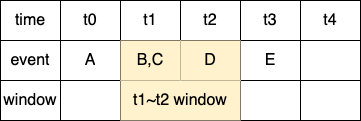
The draw.io diagram img/kafka/kafka-stream-windowing-1.drawio.png in windowforsun/blog, before a commit. Source tidied: cells renumbered, new cells last; positions are measured from the earlier drawing's top-left corner, leaving out a move shared by most shapes. Source of this version:
```xml
<mxGraphModel>
  <root>
    <mxCell id="0" />
    <mxCell id="1" parent="0" />
    <mxCell id="2" style="shape=table;startSize=0;fontSize=16;" parent="1" vertex="1">
      <mxGeometry width="360" height="120" as="geometry" />
    </mxCell>
    <mxCell id="3" style="shape=tableRow;horizontal=0;startSize=0;swimlaneHead=0;swimlaneBody=0;strokeColor=inherit;top=0;left=0;bottom=0;right=0;fillColor=none;fontSize=16;" parent="2" vertex="1">
      <mxGeometry width="360" height="40" as="geometry" />
    </mxCell>
    <mxCell id="4" value="time" style="shape=partialRectangle;html=1;whiteSpace=wrap;strokeColor=inherit;overflow=hidden;fillColor=none;top=0;left=0;bottom=0;right=0;fontSize=16;" parent="3" vertex="1">
      <mxGeometry width="60" height="40" as="geometry" />
    </mxCell>
    <mxCell id="5" value="t0" style="shape=partialRectangle;html=1;whiteSpace=wrap;strokeColor=inherit;overflow=hidden;fillColor=none;top=0;left=0;bottom=0;right=0;fontSize=16;" parent="3" vertex="1">
      <mxGeometry x="60" width="60" height="40" as="geometry" />
    </mxCell>
    <mxCell id="6" value="t1" style="shape=partialRectangle;html=1;whiteSpace=wrap;strokeColor=inherit;overflow=hidden;fillColor=none;top=0;left=0;bottom=0;right=0;fontSize=16;" parent="3" vertex="1">
      <mxGeometry x="120" width="60" height="40" as="geometry" />
    </mxCell>
    <mxCell id="7" value="t2" style="shape=partialRectangle;html=1;whiteSpace=wrap;strokeColor=inherit;overflow=hidden;fillColor=none;top=0;left=0;bottom=0;right=0;fontSize=16;" parent="3" vertex="1">
      <mxGeometry x="180" width="60" height="40" as="geometry" />
    </mxCell>
    <mxCell id="8" value="t3" style="shape=partialRectangle;html=1;whiteSpace=wrap;strokeColor=inherit;overflow=hidden;fillColor=none;top=0;left=0;bottom=0;right=0;fontSize=16;" parent="3" vertex="1">
      <mxGeometry x="240" width="60" height="40" as="geometry" />
    </mxCell>
    <mxCell id="9" value="t4" style="shape=partialRectangle;html=1;whiteSpace=wrap;strokeColor=inherit;overflow=hidden;fillColor=none;top=0;left=0;bottom=0;right=0;fontSize=16;" parent="3" vertex="1">
      <mxGeometry x="300" width="60" height="40" as="geometry" />
    </mxCell>
    <mxCell id="10" style="shape=tableRow;horizontal=0;startSize=0;swimlaneHead=0;swimlaneBody=0;strokeColor=inherit;top=0;left=0;bottom=0;right=0;fillColor=none;fontSize=16;" parent="2" vertex="1">
      <mxGeometry y="40" width="360" height="40" as="geometry" />
    </mxCell>
    <mxCell id="11" value="event" style="shape=partialRectangle;html=1;whiteSpace=wrap;strokeColor=inherit;overflow=hidden;fillColor=none;top=0;left=0;bottom=0;right=0;fontSize=16;" parent="10" vertex="1">
      <mxGeometry width="60" height="40" as="geometry" />
    </mxCell>
    <mxCell id="12" value="A" style="shape=partialRectangle;html=1;whiteSpace=wrap;strokeColor=inherit;overflow=hidden;fillColor=none;top=0;left=0;bottom=0;right=0;fontSize=16;" parent="10" vertex="1">
      <mxGeometry x="60" width="60" height="40" as="geometry" />
    </mxCell>
    <mxCell id="13" value="B,C" style="shape=partialRectangle;html=1;whiteSpace=wrap;strokeColor=#d6b656;overflow=hidden;fillColor=#fff2cc;top=0;left=0;bottom=0;right=0;fontSize=16;" parent="10" vertex="1">
      <mxGeometry x="120" width="60" height="40" as="geometry" />
    </mxCell>
    <mxCell id="14" value="D" style="shape=partialRectangle;html=1;whiteSpace=wrap;strokeColor=#d6b656;overflow=hidden;fillColor=#fff2cc;top=0;left=0;bottom=0;right=0;fontSize=16;" parent="10" vertex="1">
      <mxGeometry x="180" width="60" height="40" as="geometry" />
    </mxCell>
    <mxCell id="15" value="E" style="shape=partialRectangle;html=1;whiteSpace=wrap;strokeColor=inherit;overflow=hidden;fillColor=none;top=0;left=0;bottom=0;right=0;fontSize=16;" parent="10" vertex="1">
      <mxGeometry x="240" width="60" height="40" as="geometry" />
    </mxCell>
    <mxCell id="16" style="shape=partialRectangle;html=1;whiteSpace=wrap;strokeColor=inherit;overflow=hidden;fillColor=none;top=0;left=0;bottom=0;right=0;fontSize=16;" parent="10" vertex="1">
      <mxGeometry x="300" width="60" height="40" as="geometry" />
    </mxCell>
    <mxCell id="17" style="shape=tableRow;horizontal=0;startSize=0;swimlaneHead=0;swimlaneBody=0;strokeColor=inherit;top=0;left=0;bottom=0;right=0;fillColor=none;fontSize=16;" parent="2" vertex="1">
      <mxGeometry y="80" width="360" height="40" as="geometry" />
    </mxCell>
    <mxCell id="18" value="window" style="shape=partialRectangle;html=1;whiteSpace=wrap;strokeColor=inherit;overflow=hidden;fillColor=none;top=0;left=0;bottom=0;right=0;fontSize=16;" parent="17" vertex="1">
      <mxGeometry width="60" height="40" as="geometry" />
    </mxCell>
    <mxCell id="19" style="shape=partialRectangle;html=1;whiteSpace=wrap;strokeColor=inherit;overflow=hidden;fillColor=none;top=0;left=0;bottom=0;right=0;fontSize=16;" parent="17" vertex="1">
      <mxGeometry x="60" width="60" height="40" as="geometry" />
    </mxCell>
    <mxCell id="20" value="t1~t2 window" style="shape=partialRectangle;html=1;whiteSpace=wrap;strokeColor=#d6b656;overflow=hidden;fillColor=#fff2cc;top=0;left=0;bottom=0;right=0;fontSize=16;rowspan=1;colspan=2;" parent="17" vertex="1">
      <mxGeometry x="120" width="120" height="40" as="geometry" />
    </mxCell>
    <mxCell id="21" style="shape=partialRectangle;html=1;whiteSpace=wrap;strokeColor=inherit;overflow=hidden;fillColor=none;top=0;left=0;bottom=0;right=0;fontSize=16;" parent="17" vertex="1">
      <mxGeometry x="240" width="60" height="40" as="geometry" />
    </mxCell>
    <mxCell id="22" style="shape=partialRectangle;html=1;whiteSpace=wrap;strokeColor=inherit;overflow=hidden;fillColor=none;top=0;left=0;bottom=0;right=0;fontSize=16;" parent="17" vertex="1">
      <mxGeometry x="300" width="60" height="40" as="geometry" />
    </mxCell>
  </root>
</mxGraphModel>
```
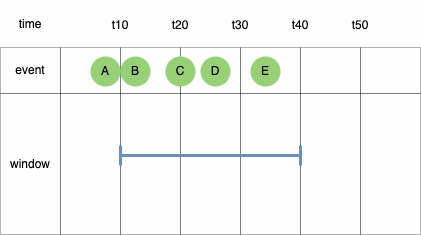
The same file after the commit.

Commit message:
kafka-stream-windowing-1.drawio.png이 추가되었습니다.

The edit, as a diff of the source:
```diff
@@ -2,68 +2,119 @@
   <root>
     <mxCell id="0" />
     <mxCell id="1" parent="0" />
-    <mxCell id="2" style="shape=table;startSize=0;fontSize=16;" parent="1" vertex="1">
-      <mxGeometry width="360" height="120" as="geometry" />
-    </mxCell>
-    <mxCell id="3" style="shape=tableRow;horizontal=0;startSize=0;swimlaneHead=0;swimlaneBody=0;strokeColor=inherit;top=0;left=0;bottom=0;right=0;fillColor=none;fontSize=16;" parent="2" vertex="1">
-      <mxGeometry width="360" height="40" as="geometry" />
-    </mxCell>
+    <mxCell id="23" style="shadow=0;fillColor=#f5f5f5;strokeColor=none;opacity=10;fontColor=#333333;" parent="1" vertex="1">
+      <mxGeometry x="70" y="80" width="420" height="234" as="geometry" />
+    </mxCell>
+    <mxCell id="24" style="shape=tableRow;horizontal=0;startSize=0;swimlaneHead=0;swimlaneBody=0;top=0;left=0;bottom=0;right=0;fontStyle=0;fillColor=none;strokeColor=inherit;opacity=0;" parent="23" vertex="1">
+      <mxGeometry width="420" height="47" as="geometry" />
+    </mxCell>
-    <mxCell id="4" value="time" style="shape=partialRectangle;html=1;whiteSpace=wrap;strokeColor=inherit;overflow=hidden;fillColor=none;top=0;left=0;bottom=0;right=0;fontSize=16;" parent="3" vertex="1">
-      <mxGeometry width="60" height="40" as="geometry" />
+    <mxCell id="4" value="time" style="strokeColor=inherit;fillColor=none;align=center;whiteSpace=wrap;html=1;opacity=30;" parent="24" vertex="1">
+      <mxGeometry width="60" height="47" as="geometry" />
     </mxCell>
-    <mxCell id="5" value="t0" style="shape=partialRectangle;html=1;whiteSpace=wrap;strokeColor=inherit;overflow=hidden;fillColor=none;top=0;left=0;bottom=0;right=0;fontSize=16;" parent="3" vertex="1">
-      <mxGeometry x="60" width="60" height="40" as="geometry" />
-    </mxCell>
-    <mxCell id="6" value="t1" style="shape=partialRectangle;html=1;whiteSpace=wrap;strokeColor=inherit;overflow=hidden;fillColor=none;top=0;left=0;bottom=0;right=0;fontSize=16;" parent="3" vertex="1">
-      <mxGeometry x="120" width="60" height="40" as="geometry" />
-    </mxCell>
-    <mxCell id="7" value="t2" style="shape=partialRectangle;html=1;whiteSpace=wrap;strokeColor=inherit;overflow=hidden;fillColor=none;top=0;left=0;bottom=0;right=0;fontSize=16;" parent="3" vertex="1">
-      <mxGeometry x="180" width="60" height="40" as="geometry" />
-    </mxCell>
-    <mxCell id="8" value="t3" style="shape=partialRectangle;html=1;whiteSpace=wrap;strokeColor=inherit;overflow=hidden;fillColor=none;top=0;left=0;bottom=0;right=0;fontSize=16;" parent="3" vertex="1">
-      <mxGeometry x="240" width="60" height="40" as="geometry" />
-    </mxCell>
-    <mxCell id="9" value="t4" style="shape=partialRectangle;html=1;whiteSpace=wrap;strokeColor=inherit;overflow=hidden;fillColor=none;top=0;left=0;bottom=0;right=0;fontSize=16;" parent="3" vertex="1">
-      <mxGeometry x="300" width="60" height="40" as="geometry" />
-    </mxCell>
-    <mxCell id="10" style="shape=tableRow;horizontal=0;startSize=0;swimlaneHead=0;swimlaneBody=0;strokeColor=inherit;top=0;left=0;bottom=0;right=0;fillColor=none;fontSize=16;" parent="2" vertex="1">
-      <mxGeometry y="40" width="360" height="40" as="geometry" />
-    </mxCell>
+    <mxCell id="25" style="strokeColor=inherit;fillColor=none;align=center;whiteSpace=wrap;html=1;opacity=30;" parent="24" vertex="1">
+      <mxGeometry x="60" width="60" height="47" as="geometry" />
+    </mxCell>
+    <mxCell id="26" style="strokeColor=inherit;fillColor=none;align=center;whiteSpace=wrap;html=1;opacity=30;" parent="24" vertex="1">
+      <mxGeometry x="120" width="60" height="47" as="geometry" />
+    </mxCell>
+    <mxCell id="27" style="strokeColor=inherit;fillColor=none;align=center;whiteSpace=wrap;html=1;opacity=30;" parent="24" vertex="1">
+      <mxGeometry x="180" width="60" height="47" as="geometry" />
+    </mxCell>
+    <mxCell id="28" style="strokeColor=inherit;fillColor=none;align=center;whiteSpace=wrap;html=1;opacity=30;" parent="24" vertex="1">
+      <mxGeometry x="240" width="60" height="47" as="geometry" />
+    </mxCell>
+    <mxCell id="29" style="strokeColor=inherit;fillColor=none;align=center;whiteSpace=wrap;html=1;opacity=30;" parent="24" vertex="1">
+      <mxGeometry x="300" width="60" height="47" as="geometry" />
+    </mxCell>
+    <mxCell id="30" style="strokeColor=inherit;fillColor=none;align=center;whiteSpace=wrap;html=1;opacity=30;" parent="24" vertex="1">
+      <mxGeometry x="360" width="60" height="47" as="geometry" />
+    </mxCell>
+    <mxCell id="31" style="shape=tableRow;horizontal=0;startSize=0;swimlaneHead=0;swimlaneBody=0;top=0;left=0;bottom=0;right=0;fontStyle=0;fillColor=none;strokeColor=default;opacity=30;" parent="23" vertex="1">
+      <mxGeometry y="47" width="420" height="46" as="geometry" />
+    </mxCell>
-    <mxCell id="11" value="event" style="shape=partialRectangle;html=1;whiteSpace=wrap;strokeColor=inherit;overflow=hidden;fillColor=none;top=0;left=0;bottom=0;right=0;fontSize=16;" parent="10" vertex="1">
-      <mxGeometry width="60" height="40" as="geometry" />
+    <mxCell id="11" value="event" style="strokeColor=inherit;fillColor=none;align=center;whiteSpace=wrap;html=1;opacity=30;" parent="31" vertex="1">
+      <mxGeometry width="60" height="46" as="geometry" />
     </mxCell>
+    <mxCell id="32" style="strokeColor=default;fillColor=none;align=center;whiteSpace=wrap;html=1;opacity=30;" parent="31" vertex="1">
+      <mxGeometry x="60" width="60" height="46" as="geometry" />
+    </mxCell>
+    <mxCell id="33" style="strokeColor=default;fillColor=none;align=center;whiteSpace=wrap;html=1;opacity=30;" parent="31" vertex="1">
+      <mxGeometry x="120" width="60" height="46" as="geometry" />
+    </mxCell>
+    <mxCell id="34" style="strokeColor=default;fillColor=none;align=center;whiteSpace=wrap;html=1;opacity=30;" parent="31" vertex="1">
+      <mxGeometry x="180" width="60" height="46" as="geometry" />
+    </mxCell>
+    <mxCell id="35" style="strokeColor=default;fillColor=none;align=center;whiteSpace=wrap;html=1;opacity=30;" parent="31" vertex="1">
+      <mxGeometry x="240" width="60" height="46" as="geometry" />
+    </mxCell>
+    <mxCell id="36" style="strokeColor=default;fillColor=none;align=center;whiteSpace=wrap;html=1;opacity=30;" parent="31" vertex="1">
+      <mxGeometry x="300" width="60" height="46" as="geometry" />
+    </mxCell>
+    <mxCell id="37" style="strokeColor=default;fillColor=none;align=center;whiteSpace=wrap;html=1;opacity=30;" parent="31" vertex="1">
+      <mxGeometry x="360" width="60" height="46" as="geometry" />
+    </mxCell>
+    <mxCell id="38" style="shape=tableRow;horizontal=0;startSize=0;swimlaneHead=0;swimlaneBody=0;top=0;left=0;bottom=0;right=0;fontStyle=0;fillColor=none;strokeColor=default;opacity=30;" parent="23" vertex="1">
+      <mxGeometry y="93" width="420" height="47" as="geometry" />
+    </mxCell>
+    <mxCell id="18" value="window" style="strokeColor=inherit;fillColor=none;align=center;whiteSpace=wrap;html=1;opacity=30;rowspan=3;colspan=1;" parent="38" vertex="1">
+      <mxGeometry width="60" height="141" as="geometry" />
+    </mxCell>
+    <mxCell id="39" style="strokeColor=default;fillColor=none;align=center;whiteSpace=wrap;html=1;opacity=30;rowspan=3;colspan=1;" parent="38" vertex="1">
+      <mxGeometry x="60" width="60" height="141" as="geometry" />
+    </mxCell>
+    <mxCell id="40" style="strokeColor=default;fillColor=none;align=center;whiteSpace=wrap;html=1;opacity=30;rowspan=3;colspan=1;" parent="38" vertex="1">
+      <mxGeometry x="120" width="60" height="141" as="geometry" />
+    </mxCell>
+    <mxCell id="41" style="strokeColor=default;fillColor=none;align=center;whiteSpace=wrap;html=1;opacity=30;rowspan=3;colspan=1;" parent="38" vertex="1">
+      <mxGeometry x="180" width="60" height="141" as="geometry" />
+    </mxCell>
+    <mxCell id="42" style="strokeColor=default;fillColor=none;align=center;whiteSpace=wrap;html=1;opacity=30;rowspan=3;colspan=1;" parent="38" vertex="1">
+      <mxGeometry x="240" width="60" height="141" as="geometry" />
+    </mxCell>
+    <mxCell id="43" style="strokeColor=default;fillColor=none;align=center;whiteSpace=wrap;html=1;opacity=30;rowspan=3;colspan=1;" parent="38" vertex="1">
+      <mxGeometry x="300" width="60" height="141" as="geometry" />
+    </mxCell>
+    <mxCell id="44" style="strokeColor=default;fillColor=none;align=center;whiteSpace=wrap;html=1;opacity=30;rowspan=3;colspan=1;" parent="38" vertex="1">
+      <mxGeometry x="360" width="60" height="141" as="geometry" />
+    </mxCell>
+    <mxCell id="45" style="shape=tableRow;horizontal=0;startSize=0;swimlaneHead=0;swimlaneBody=0;top=0;left=0;bottom=0;right=0;fontStyle=0;fillColor=none;strokeColor=default;opacity=30;" parent="23" vertex="1">
+      <mxGeometry y="140" width="420" height="47" as="geometry" />
+    </mxCell>
+    <mxCell id="46" style="shape=tableRow;horizontal=0;startSize=0;swimlaneHead=0;swimlaneBody=0;top=0;left=0;bottom=0;right=0;fontStyle=0;fillColor=none;strokeColor=default;opacity=30;" parent="23" vertex="1">
+      <mxGeometry y="187" width="420" height="47" as="geometry" />
+    </mxCell>
+    <mxCell id="47" value="t10" style="text;html=1;align=center;verticalAlign=middle;whiteSpace=wrap;rounded=0;opacity=30;strokeColor=none;" parent="1" vertex="1">
+      <mxGeometry x="160" y="90" width="60" height="30" as="geometry" />
+    </mxCell>
+    <mxCell id="48" value="t20" style="text;html=1;align=center;verticalAlign=middle;whiteSpace=wrap;rounded=0;opacity=30;strokeColor=none;" parent="1" vertex="1">
+      <mxGeometry x="220" y="90" width="60" height="30" as="geometry" />
+    </mxCell>
+    <mxCell id="49" value="t30" style="text;html=1;align=center;verticalAlign=middle;whiteSpace=wrap;rounded=0;opacity=30;strokeColor=none;" parent="1" vertex="1">
+      <mxGeometry x="280" y="90" width="60" height="30" as="geometry" />
+    </mxCell>
+    <mxCell id="50" value="t40" style="text;html=1;align=center;verticalAlign=middle;whiteSpace=wrap;rounded=0;opacity=30;strokeColor=none;" parent="1" vertex="1">
+      <mxGeometry x="340" y="90" width="60" height="30" as="geometry" />
+    </mxCell>
+    <mxCell id="51" value="t50" style="text;html=1;align=center;verticalAlign=middle;whiteSpace=wrap;rounded=0;opacity=30;strokeColor=none;" parent="1" vertex="1">
+      <mxGeometry x="400" y="90" width="60" height="30" as="geometry" />
+    </mxCell>
-    <mxCell id="12" value="A" style="shape=partialRectangle;html=1;whiteSpace=wrap;strokeColor=inherit;overflow=hidden;fillColor=none;top=0;left=0;bottom=0;right=0;fontSize=16;" parent="10" vertex="1">
-      <mxGeometry x="60" width="60" height="40" as="geometry" />
+    <mxCell id="12" value="A" style="ellipse;whiteSpace=wrap;html=1;fillColor=#97D077;strokeColor=none;" parent="1" vertex="1">
+      <mxGeometry x="160" y="136" width="30" height="30" as="geometry" />
     </mxCell>
-    <mxCell id="13" value="B,C" style="shape=partialRectangle;html=1;whiteSpace=wrap;strokeColor=#d6b656;overflow=hidden;fillColor=#fff2cc;top=0;left=0;bottom=0;right=0;fontSize=16;" parent="10" vertex="1">
-      <mxGeometry x="120" width="60" height="40" as="geometry" />
-    </mxCell>
+    <mxCell id="52" value="B" style="ellipse;whiteSpace=wrap;html=1;fillColor=#97D077;strokeColor=none;" parent="1" vertex="1">
+      <mxGeometry x="190" y="136" width="30" height="30" as="geometry" />
+    </mxCell>
+    <mxCell id="53" value="C" style="ellipse;whiteSpace=wrap;html=1;fillColor=#97D077;strokeColor=none;" parent="1" vertex="1">
+      <mxGeometry x="235" y="136" width="30" height="30" as="geometry" />
+    </mxCell>
+    <mxCell id="54" style="shape=crossbar;whiteSpace=wrap;html=1;rounded=1;strokeWidth=3;fillColor=#dae8fc;strokeColor=#6c8ebf;" parent="1" vertex="1">
+      <mxGeometry x="190" y="225" width="180" height="20" as="geometry" />
+    </mxCell>
-    <mxCell id="14" value="D" style="shape=partialRectangle;html=1;whiteSpace=wrap;strokeColor=#d6b656;overflow=hidden;fillColor=#fff2cc;top=0;left=0;bottom=0;right=0;fontSize=16;" parent="10" vertex="1">
-      <mxGeometry x="180" width="60" height="40" as="geometry" />
+    <mxCell id="14" value="D" style="ellipse;whiteSpace=wrap;html=1;fillColor=#97D077;strokeColor=none;" parent="1" vertex="1">
+      <mxGeometry x="270" y="136" width="30" height="30" as="geometry" />
     </mxCell>
-    <mxCell id="15" value="E" style="shape=partialRectangle;html=1;whiteSpace=wrap;strokeColor=inherit;overflow=hidden;fillColor=none;top=0;left=0;bottom=0;right=0;fontSize=16;" parent="10" vertex="1">
-      <mxGeometry x="240" width="60" height="40" as="geometry" />
+    <mxCell id="15" value="E" style="ellipse;whiteSpace=wrap;html=1;fillColor=#97D077;strokeColor=none;" parent="1" vertex="1">
+      <mxGeometry x="320" y="136" width="30" height="30" as="geometry" />
     </mxCell>
-    <mxCell id="16" style="shape=partialRectangle;html=1;whiteSpace=wrap;strokeColor=inherit;overflow=hidden;fillColor=none;top=0;left=0;bottom=0;right=0;fontSize=16;" parent="10" vertex="1">
-      <mxGeometry x="300" width="60" height="40" as="geometry" />
-    </mxCell>
-    <mxCell id="17" style="shape=tableRow;horizontal=0;startSize=0;swimlaneHead=0;swimlaneBody=0;strokeColor=inherit;top=0;left=0;bottom=0;right=0;fillColor=none;fontSize=16;" parent="2" vertex="1">
-      <mxGeometry y="80" width="360" height="40" as="geometry" />
-    </mxCell>
-    <mxCell id="18" value="window" style="shape=partialRectangle;html=1;whiteSpace=wrap;strokeColor=inherit;overflow=hidden;fillColor=none;top=0;left=0;bottom=0;right=0;fontSize=16;" parent="17" vertex="1">
-      <mxGeometry width="60" height="40" as="geometry" />
-    </mxCell>
-    <mxCell id="19" style="shape=partialRectangle;html=1;whiteSpace=wrap;strokeColor=inherit;overflow=hidden;fillColor=none;top=0;left=0;bottom=0;right=0;fontSize=16;" parent="17" vertex="1">
-      <mxGeometry x="60" width="60" height="40" as="geometry" />
-    </mxCell>
-    <mxCell id="20" value="t1~t2 window" style="shape=partialRectangle;html=1;whiteSpace=wrap;strokeColor=#d6b656;overflow=hidden;fillColor=#fff2cc;top=0;left=0;bottom=0;right=0;fontSize=16;rowspan=1;colspan=2;" parent="17" vertex="1">
-      <mxGeometry x="120" width="120" height="40" as="geometry" />
-    </mxCell>
-    <mxCell id="21" style="shape=partialRectangle;html=1;whiteSpace=wrap;strokeColor=inherit;overflow=hidden;fillColor=none;top=0;left=0;bottom=0;right=0;fontSize=16;" parent="17" vertex="1">
-      <mxGeometry x="240" width="60" height="40" as="geometry" />
-    </mxCell>
-    <mxCell id="22" style="shape=partialRectangle;html=1;whiteSpace=wrap;strokeColor=inherit;overflow=hidden;fillColor=none;top=0;left=0;bottom=0;right=0;fontSize=16;" parent="17" vertex="1">
-      <mxGeometry x="300" width="60" height="40" as="geometry" />
-    </mxCell>
   </root>
 </mxGraphModel>
```
